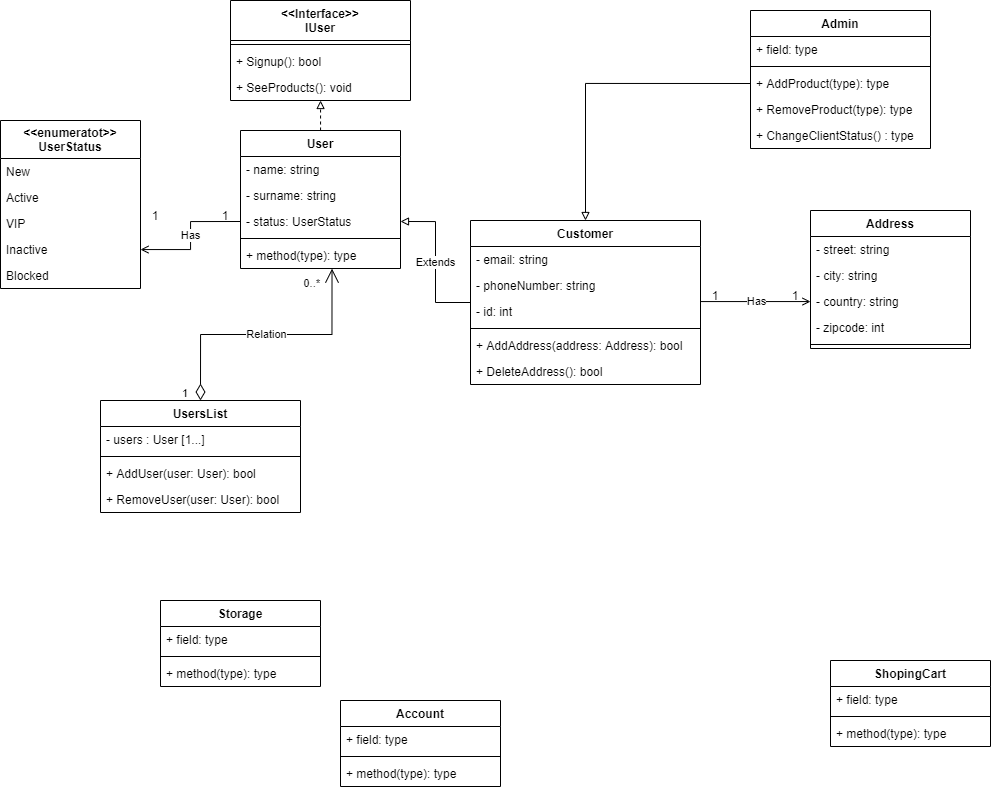
Earlier version of the draw.io export ShopConseptualUML.drawio.png (olh-msk/SigmaTask10). Source tidied: cells renumbered, new cells last; positions are measured from the earlier drawing's top-left corner, leaving out a move shared by most shapes.
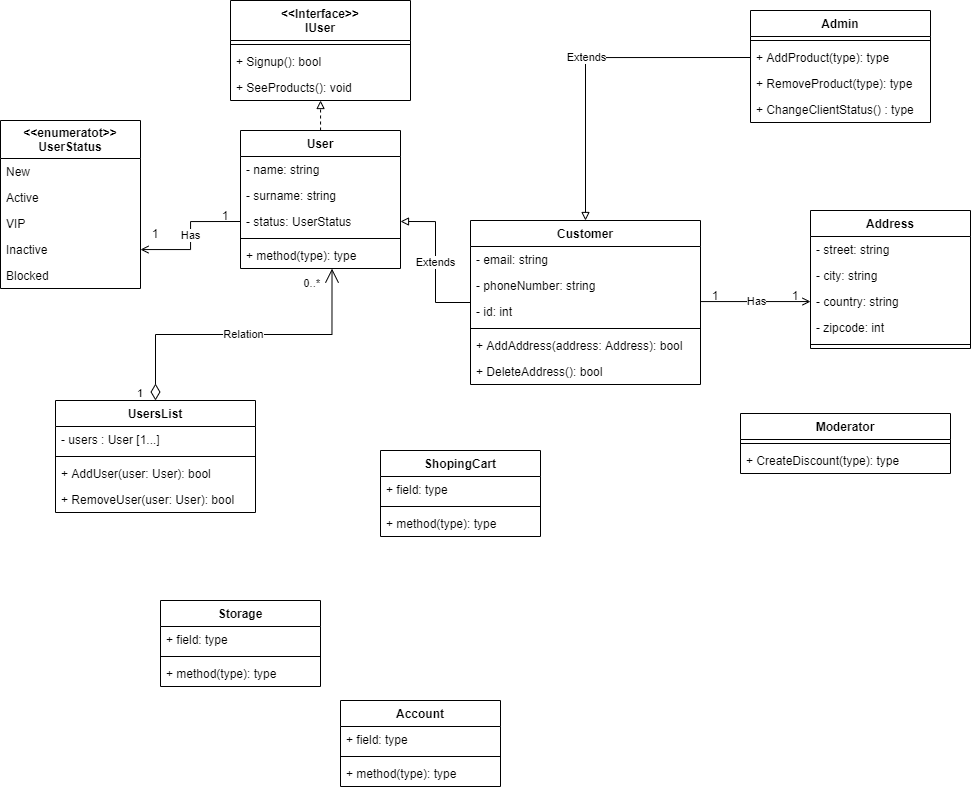
Above is the later version.

Diff of the diagram source:
```diff
@@ -27,22 +27,19 @@
       <mxGeometry y="60" width="160" height="26" as="geometry" />
     </mxCell>
     <mxCell id="10" value="Admin" style="swimlane;fontStyle=1;align=center;verticalAlign=top;horizontal=1;startSize=26;" parent="1" vertex="1">
-      <mxGeometry x="750" y="10" width="180" height="138" as="geometry" />
+      <mxGeometry x="750" y="10" width="180" height="112" as="geometry" />
     </mxCell>
-    <mxCell id="11" value="+ field: type" style="text;strokeColor=none;fillColor=none;align=left;verticalAlign=top;spacingLeft=4;spacingRight=4;overflow=hidden;" parent="10" vertex="1">
-      <mxGeometry y="26" width="180" height="26" as="geometry" />
-    </mxCell>
     <mxCell id="12" style="line;strokeWidth=1;fillColor=none;align=left;verticalAlign=middle;spacingTop=-1;spacingLeft=3;spacingRight=3;labelPosition=right;" parent="10" vertex="1">
-      <mxGeometry y="52" width="180" height="8" as="geometry" />
+      <mxGeometry y="26" width="180" height="8" as="geometry" />
     </mxCell>
     <mxCell id="13" value="+ AddProduct(type): type" style="text;strokeColor=none;fillColor=none;align=left;verticalAlign=top;spacingLeft=4;spacingRight=4;overflow=hidden;points=[[0,0.5],[1,0.5]];portConstraint=eastwest;" parent="10" vertex="1">
-      <mxGeometry y="60" width="180" height="26" as="geometry" />
+      <mxGeometry y="34" width="180" height="26" as="geometry" />
     </mxCell>
     <mxCell id="14" value="+ RemoveProduct(type): type" style="text;strokeColor=none;fillColor=none;align=left;verticalAlign=top;spacingLeft=4;spacingRight=4;overflow=hidden;" parent="10" vertex="1">
-      <mxGeometry y="86" width="180" height="26" as="geometry" />
+      <mxGeometry y="60" width="180" height="26" as="geometry" />
     </mxCell>
     <mxCell id="15" value="+ ChangeClientStatus() : type" style="text;strokeColor=none;fillColor=none;align=left;verticalAlign=top;spacingLeft=4;spacingRight=4;overflow=hidden;" parent="10" vertex="1">
-      <mxGeometry y="112" width="180" height="26" as="geometry" />
+      <mxGeometry y="86" width="180" height="26" as="geometry" />
     </mxCell>
     <mxCell id="16" style="edgeStyle=orthogonalEdgeStyle;rounded=0;jettySize=auto;html=1;endArrow=block;endFill=0;dashed=1;" parent="1" edge="1" source="18" target="5">
       <mxGeometry relative="1" as="geometry">
@@ -131,7 +128,7 @@
       <mxGeometry y="138" width="230" height="26" as="geometry" />
     </mxCell>
     <mxCell id="43" value="ShopingCart" style="swimlane;fontStyle=1;align=center;verticalAlign=top;horizontal=1;startSize=26;" parent="1" vertex="1">
-      <mxGeometry x="830" y="660" width="160" height="86" as="geometry" />
+      <mxGeometry x="380" y="450" width="160" height="86" as="geometry" />
     </mxCell>
     <mxCell id="44" value="+ field: type" style="text;strokeColor=none;fillColor=none;align=left;verticalAlign=top;spacingLeft=4;spacingRight=4;overflow=hidden;" parent="43" vertex="1">
       <mxGeometry y="26" width="160" height="26" as="geometry" />
@@ -164,7 +161,7 @@
       <mxGeometry x="210" y="210" width="30" height="10" as="geometry" />
     </mxCell>
     <mxCell id="54" value="1" style="text;html=1;strokeColor=none;fillColor=none;align=center;verticalAlign=middle;whiteSpace=wrap;rounded=0;" parent="1" vertex="1">
-      <mxGeometry x="140" y="202" width="30" height="26" as="geometry" />
+      <mxGeometry x="140" y="220" width="30" height="26" as="geometry" />
     </mxCell>
     <mxCell id="55" value="1" style="text;html=1;strokeColor=none;fillColor=none;align=center;verticalAlign=middle;whiteSpace=wrap;rounded=0;" parent="1" vertex="1">
       <mxGeometry x="700" y="290" width="30" height="10" as="geometry" />
@@ -172,11 +169,11 @@
     <mxCell id="56" value="1" style="text;html=1;strokeColor=none;fillColor=none;align=center;verticalAlign=middle;whiteSpace=wrap;rounded=0;" parent="1" vertex="1">
       <mxGeometry x="780" y="290" width="30" height="10" as="geometry" />
     </mxCell>
-    <mxCell id="57" style="edgeStyle=orthogonalEdgeStyle;rounded=0;jettySize=auto;html=1;exitX=0;exitY=0.5;exitDx=0;exitDy=0;entryX=0.5;entryY=0;entryDx=0;entryDy=0;endArrow=block;endFill=0;" parent="1" edge="1" source="13" target="36">
+    <mxCell id="57" value="Extends" style="edgeStyle=orthogonalEdgeStyle;rounded=0;jettySize=auto;html=1;exitX=0;exitY=0.5;exitDx=0;exitDy=0;entryX=0.5;entryY=0;entryDx=0;entryDy=0;endArrow=block;endFill=0;" parent="1" edge="1" source="13" target="36">
       <mxGeometry relative="1" as="geometry" />
     </mxCell>
     <mxCell id="58" value="UsersList" style="swimlane;fontStyle=1;align=center;verticalAlign=top;horizontal=1;startSize=26;" parent="1" vertex="1">
-      <mxGeometry x="100" y="400" width="200" height="112" as="geometry" />
+      <mxGeometry x="55" y="400" width="200" height="112" as="geometry" />
     </mxCell>
     <mxCell id="59" value="- users : User [1...]" style="text;strokeColor=none;fillColor=none;align=left;verticalAlign=top;spacingLeft=4;spacingRight=4;overflow=hidden;" parent="58" vertex="1">
       <mxGeometry y="26" width="200" height="26" as="geometry" />
@@ -203,5 +200,14 @@
         <mxPoint x="-12" y="2" as="offset" />
       </mxGeometry>
     </mxCell>
+    <mxCell id="66" value="Moderator" style="swimlane;fontStyle=1;align=center;verticalAlign=top;horizontal=1;startSize=26;" parent="1" vertex="1">
+      <mxGeometry x="740" y="413" width="210" height="60" as="geometry" />
+    </mxCell>
+    <mxCell id="67" style="line;strokeWidth=1;fillColor=none;align=left;verticalAlign=middle;spacingTop=-1;spacingLeft=3;spacingRight=3;labelPosition=right;" parent="66" vertex="1">
+      <mxGeometry y="26" width="210" height="8" as="geometry" />
+    </mxCell>
+    <mxCell id="68" value="+ CreateDiscount(type): type" style="text;strokeColor=none;fillColor=none;align=left;verticalAlign=top;spacingLeft=4;spacingRight=4;overflow=hidden;" parent="66" vertex="1">
+      <mxGeometry y="34" width="210" height="26" as="geometry" />
+    </mxCell>
   </root>
 </mxGraphModel>
```
